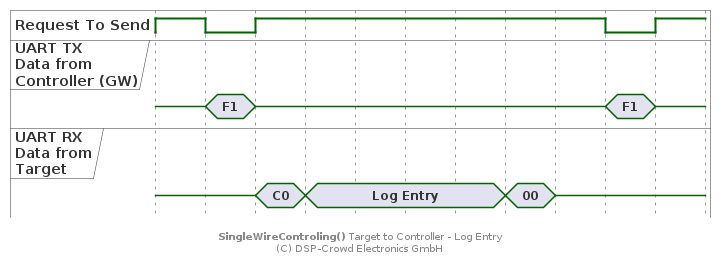
This is doc/system/protocol/A1_swt-target-to-ctrl_log.png from NoOrientationProgramming/code-orb, a PlantUML export, as it was before one commit. Its diagram source:
```plantuml
@startuml

hide time-axis

binary "Request To Send" as rts
concise "UART TX\nData from\nController (GW)" as ctrl
concise "UART RX\nData from\nTarget" as tar

@0
rts is 1
ctrl is {-}
tar is {-}

@+20
rts is 0
ctrl is "F1"

@+20
rts is 1
ctrl is {-}
tar is "C0"

@+20
tar is "Log Entry"

@+80
tar is "00"

@+20
tar is {-}

@+20
rts is 0
ctrl is "F1"

@+20
rts is 1
ctrl is {-}

footer **SingleWireControling()** Target to Controller - Log Entry\n(C) DSP-Crowd Electronics GmbH

@enduml
```
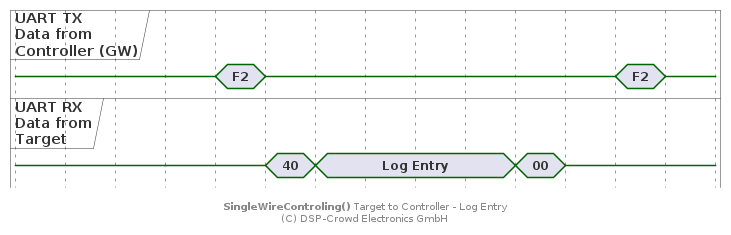
The same diagram one commit later.

What changed in the source:
```diff
@@ -2,23 +2,23 @@
 
 hide time-axis
 
-binary "Request To Send" as rts
 concise "UART TX\nData from\nController (GW)" as ctrl
 concise "UART RX\nData from\nTarget" as tar
 
 @0
-rts is 1
+ctrl is {-}
+tar is {-}
+
+@+60
 ctrl is {-}
 tar is {-}
 
 @+20
-rts is 0
-ctrl is "F1"
+ctrl is "F2"
 
 @+20
-rts is 1
 ctrl is {-}
-tar is "C0"
+tar is "40"
 
 @+20
 tar is "Log Entry"
@@ -30,11 +30,9 @@
 tar is {-}
 
 @+20
-rts is 0
-ctrl is "F1"
+ctrl is "F2"
 
 @+20
-rts is 1
 ctrl is {-}
 
 footer **SingleWireControling()** Target to Controller - Log Entry\n(C) DSP-Crowd Electronics GmbH
```
